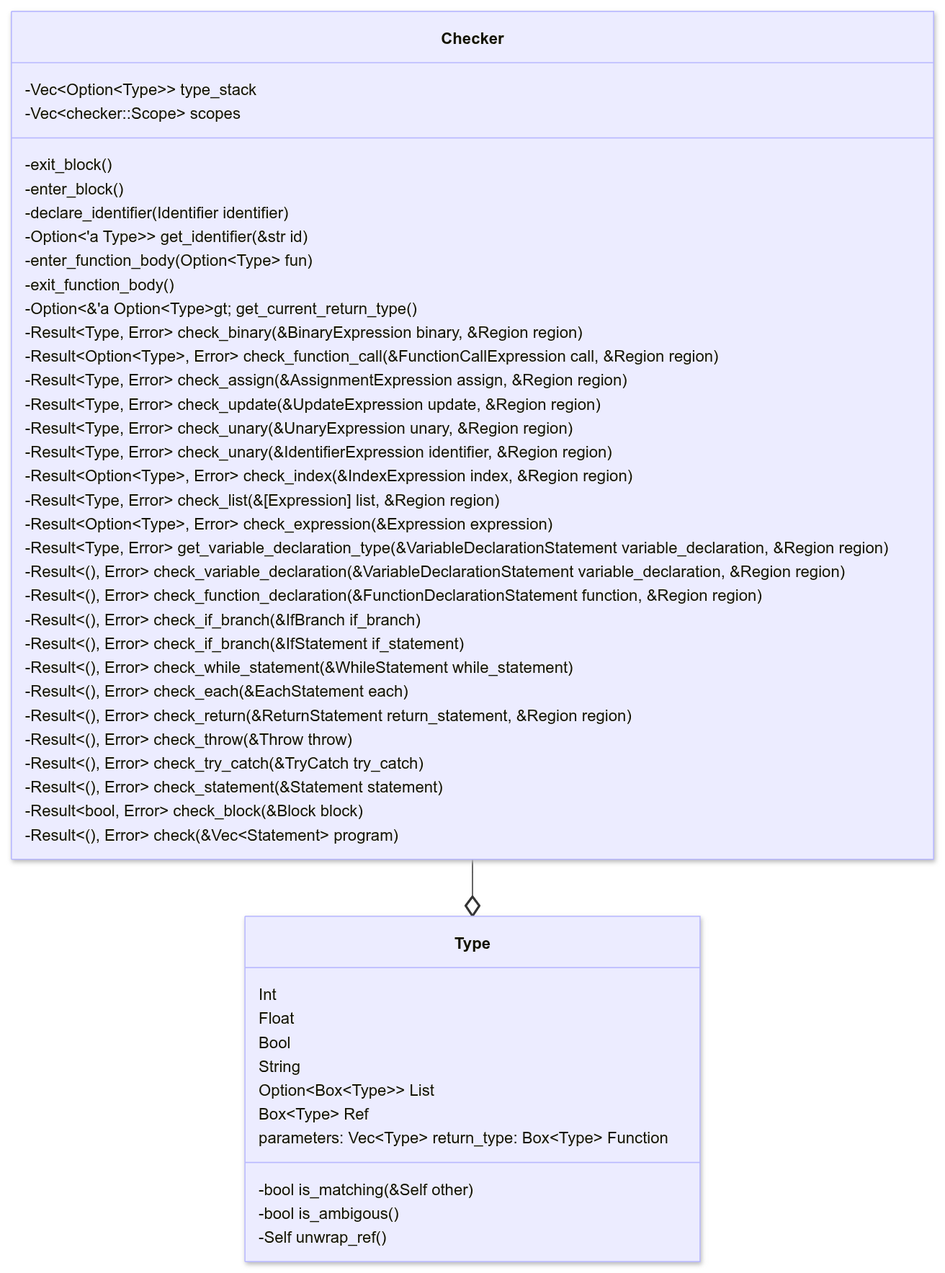
This is docs/uml-checker.png from OttoRoming/TDP019, a Mermaid export, as it was before one commit. Its source is kept beside it as docs/uml-checker.mmd. Source of this version:
```mermaid
classDiagram
direction TB
    class Type {
		Int
		Float
		Bool
		String
		Option&lt;Box&lt;Type&gt;&gt; List
		Box&lt;Type&gt; Ref
		parameters: Vec&lt;Type&gt; return_type: Box&lt;Type&gt; Function

		-bool is_matching(&Self other)
		-bool is_ambigous()
		-Self unwrap_ref()
    }

	class Checker {
		-Vec&lt;Option&lt;Type&gt;&gt; type_stack
		-Vec&lt;checker&colon;&colon;Scope&gt; scopes

		-exit_block()
		-enter_block()
		-declare_identifier(Identifier identifier)
		-Option&lt'a Type&gt;> get_identifier(&str id)
		-enter_function_body(Option&lt;Type&gt; fun)
		-exit_function_body()
		-Option&lt;&'a Option&lt;Type&gt;gt; get_current_return_type()
		-Result&lt;Type, Error&gt; check_binary(&BinaryExpression binary, &Region region)
		-Result&lt;Option&lt;Type&gt;, Error&gt; check_function_call(&FunctionCallExpression call, &Region region)
		-Result&lt;Type, Error&gt; check_assign(&AssignmentExpression assign, &Region region)
		-Result&lt;Type, Error&gt; check_update(&UpdateExpression update, &Region region)
		-Result&lt;Type, Error&gt; check_unary(&UnaryExpression unary, &Region region)
		-Result&lt;Type, Error&gt; check_unary(&IdentifierExpression identifier, &Region region)
		-Result&lt;Option&lt;Type&gt;, Error&gt; check_index(&IndexExpression index, &Region region)
		-Result&lt;Type, Error&gt; check_list(&[Expression] list, &Region region)
		-Result&lt;Option&lt;Type&gt;, Error&gt; check_expression(&Expression expression)
		-Result&lt;Type, Error&gt; get_variable_declaration_type(&VariableDeclarationStatement variable_declaration, &Region region)
		-Result&lt;(), Error&gt; check_variable_declaration(&VariableDeclarationStatement variable_declaration, &Region region)
		-Result&lt;(), Error&gt; check_function_declaration(&FunctionDeclarationStatement function, &Region region)
		-Result&lt;(), Error&gt; check_if_branch(&IfBranch if_branch)
		-Result&lt;(), Error&gt; check_if_branch(&IfStatement if_statement)
		-Result&lt;(), Error&gt; check_while_statement(&WhileStatement while_statement)
		-Result&lt;(), Error&gt; check_each(&EachStatement each)
		-Result&lt;(), Error&gt; check_return(&ReturnStatement return_statement, &Region region)
		-Result&lt;(), Error&gt; check_throw(&Throw throw)
		-Result&lt;(), Error&gt; check_try_catch(&TryCatch try_catch)
		-Result&lt;(), Error&gt; check_statement(&Statement statement)
		-Result&lt;bool, Error&gt; check_block(&Block block)
		-Result&lt;(), Error&gt; check(&Vec&lt;Statement&gt; program)
	}


	Checker --o Type
```
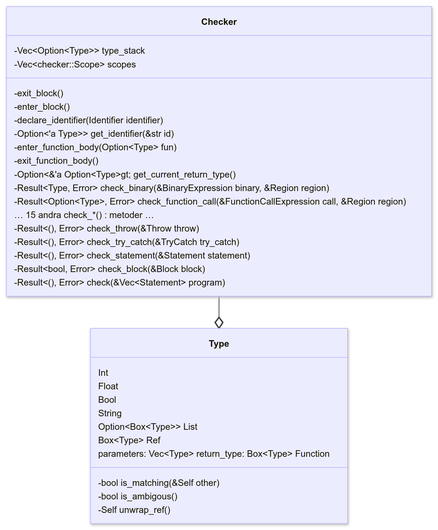
Above is the later version.

Change to the diagram source:
```diff
@@ -27,21 +27,7 @@
 		-Option&lt;&'a Option&lt;Type&gt;gt; get_current_return_type()
 		-Result&lt;Type, Error&gt; check_binary(&BinaryExpression binary, &Region region)
 		-Result&lt;Option&lt;Type&gt;, Error&gt; check_function_call(&FunctionCallExpression call, &Region region)
-		-Result&lt;Type, Error&gt; check_assign(&AssignmentExpression assign, &Region region)
-		-Result&lt;Type, Error&gt; check_update(&UpdateExpression update, &Region region)
-		-Result&lt;Type, Error&gt; check_unary(&UnaryExpression unary, &Region region)
-		-Result&lt;Type, Error&gt; check_unary(&IdentifierExpression identifier, &Region region)
-		-Result&lt;Option&lt;Type&gt;, Error&gt; check_index(&IndexExpression index, &Region region)
-		-Result&lt;Type, Error&gt; check_list(&[Expression] list, &Region region)
-		-Result&lt;Option&lt;Type&gt;, Error&gt; check_expression(&Expression expression)
-		-Result&lt;Type, Error&gt; get_variable_declaration_type(&VariableDeclarationStatement variable_declaration, &Region region)
-		-Result&lt;(), Error&gt; check_variable_declaration(&VariableDeclarationStatement variable_declaration, &Region region)
-		-Result&lt;(), Error&gt; check_function_declaration(&FunctionDeclarationStatement function, &Region region)
-		-Result&lt;(), Error&gt; check_if_branch(&IfBranch if_branch)
-		-Result&lt;(), Error&gt; check_if_branch(&IfStatement if_statement)
-		-Result&lt;(), Error&gt; check_while_statement(&WhileStatement while_statement)
-		-Result&lt;(), Error&gt; check_each(&EachStatement each)
-		-Result&lt;(), Error&gt; check_return(&ReturnStatement return_statement, &Region region)
+	    &hellip; 15 andra check_*() metoder &hellip;
 		-Result&lt;(), Error&gt; check_throw(&Throw throw)
 		-Result&lt;(), Error&gt; check_try_catch(&TryCatch try_catch)
 		-Result&lt;(), Error&gt; check_statement(&Statement statement)
```
